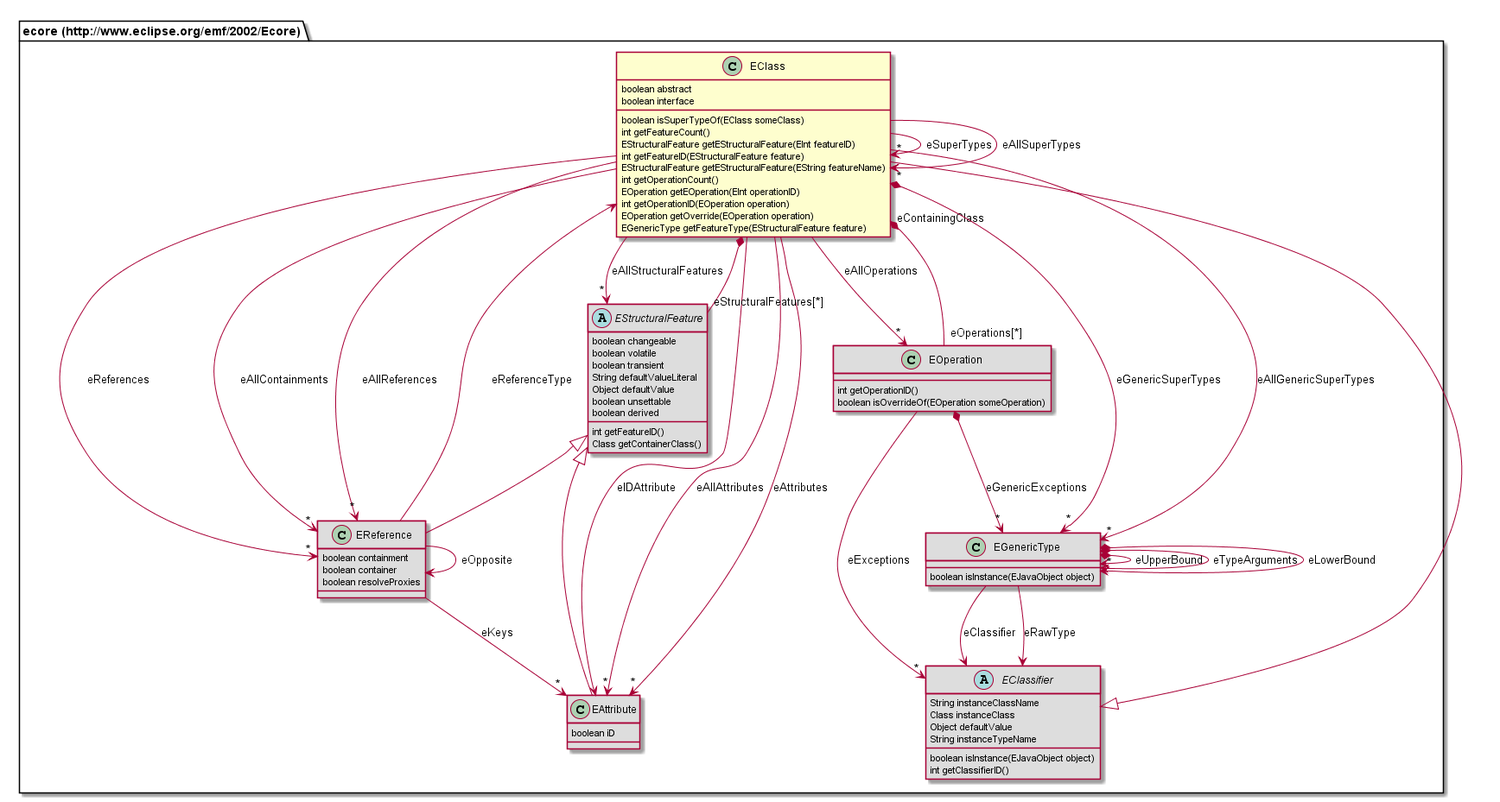
This is org.nasdanika.html.repository/src/site/resources/app-model-doc/687474703a2f2f7777772e65636c697073652e6f72672f656d662f323030322f45636f7265/EClass.png from Nasdanika/html, a PlantUML export, as it was before one commit.
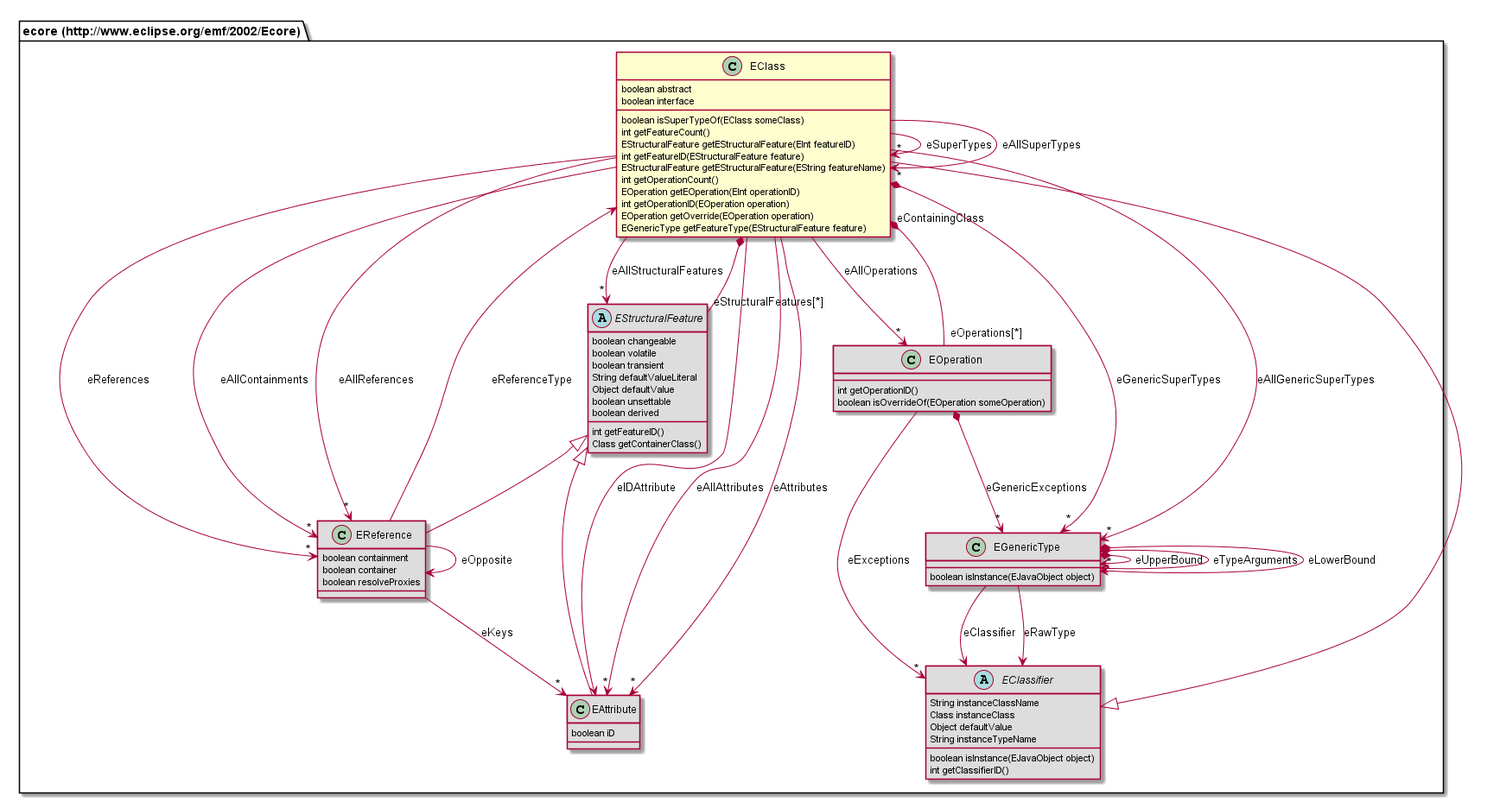
After the change.

Change to the diagram source:
```diff
@@ -22,6 +22,14 @@
 	boolean container
 	boolean resolveProxies
 }
+abstract class "ecore (http://www.eclipse.org/emf/2002/Ecore).EClassifier" [[#router/doc-content/687474703a2f2f7777772e65636c697073652e6f72672f656d662f323030322f45636f7265/EClassifier.html]] #DDDDDD {
+	String instanceClassName
+	Class instanceClass
+	Object defaultValue
+	String instanceTypeName
+	boolean isInstance(EJavaObject object)
+	int getClassifierID()
+}
 class "ecore (http://www.eclipse.org/emf/2002/Ecore).EAttribute" [[#router/doc-content/687474703a2f2f7777772e65636c697073652e6f72672f656d662f323030322f45636f7265/EAttribute.html]] #DDDDDD {
 	boolean iD
 }
@@ -39,20 +47,20 @@
 	int getFeatureID()
 	Class getContainerClass()
 }
-abstract class "ecore (http://www.eclipse.org/emf/2002/Ecore).EClassifier" [[#router/doc-content/687474703a2f2f7777772e65636c697073652e6f72672f656d662f323030322f45636f7265/EClassifier.html]] #DDDDDD {
-	String instanceClassName
-	Class instanceClass
-	Object defaultValue
-	String instanceTypeName
-	boolean isInstance(EJavaObject object)
-	int getClassifierID()
-}
-"ecore (http://www.eclipse.org/emf/2002/Ecore).EClassifier" <|-- "ecore (http://www.eclipse.org/emf/2002/Ecore).EClass"
 "ecore (http://www.eclipse.org/emf/2002/Ecore).EStructuralFeature" <|-- "ecore (http://www.eclipse.org/emf/2002/Ecore).EReference"
 "ecore (http://www.eclipse.org/emf/2002/Ecore).EStructuralFeature" <|-- "ecore (http://www.eclipse.org/emf/2002/Ecore).EAttribute"
+"ecore (http://www.eclipse.org/emf/2002/Ecore).EClassifier" <|-- "ecore (http://www.eclipse.org/emf/2002/Ecore).EClass"
 "ecore (http://www.eclipse.org/emf/2002/Ecore).EOperation" "eOperations[*]" --* "eContainingClass" "ecore (http://www.eclipse.org/emf/2002/Ecore).EClass"
 "ecore (http://www.eclipse.org/emf/2002/Ecore).EOperation" --> "*" "ecore (http://www.eclipse.org/emf/2002/Ecore).EClassifier" : eExceptions
 "ecore (http://www.eclipse.org/emf/2002/Ecore).EOperation" *--> "*" "ecore (http://www.eclipse.org/emf/2002/Ecore).EGenericType" : eGenericExceptions
+"ecore (http://www.eclipse.org/emf/2002/Ecore).EReference" --> "ecore (http://www.eclipse.org/emf/2002/Ecore).EReference" : eOpposite
+"ecore (http://www.eclipse.org/emf/2002/Ecore).EReference" --> "ecore (http://www.eclipse.org/emf/2002/Ecore).EClass" : eReferenceType
+"ecore (http://www.eclipse.org/emf/2002/Ecore).EReference" --> "*" "ecore (http://www.eclipse.org/emf/2002/Ecore).EAttribute" : eKeys
+"ecore (http://www.eclipse.org/emf/2002/Ecore).EGenericType" *--> "ecore (http://www.eclipse.org/emf/2002/Ecore).EGenericType" : eUpperBound
+"ecore (http://www.eclipse.org/emf/2002/Ecore).EGenericType" *--> "*" "ecore (http://www.eclipse.org/emf/2002/Ecore).EGenericType" : eTypeArguments
+"ecore (http://www.eclipse.org/emf/2002/Ecore).EGenericType" --> "ecore (http://www.eclipse.org/emf/2002/Ecore).EClassifier" : eRawType
+"ecore (http://www.eclipse.org/emf/2002/Ecore).EGenericType" *--> "ecore (http://www.eclipse.org/emf/2002/Ecore).EGenericType" : eLowerBound
+"ecore (http://www.eclipse.org/emf/2002/Ecore).EGenericType" --> "ecore (http://www.eclipse.org/emf/2002/Ecore).EClassifier" : eClassifier
 "ecore (http://www.eclipse.org/emf/2002/Ecore).EClass" --> "*" "ecore (http://www.eclipse.org/emf/2002/Ecore).EClass" : eSuperTypes
 "ecore (http://www.eclipse.org/emf/2002/Ecore).EClass" --> "*" "ecore (http://www.eclipse.org/emf/2002/Ecore).EAttribute" : eAllAttributes
 "ecore (http://www.eclipse.org/emf/2002/Ecore).EClass" --> "*" "ecore (http://www.eclipse.org/emf/2002/Ecore).EReference" : eAllReferences
@@ -66,12 +74,4 @@
 "ecore (http://www.eclipse.org/emf/2002/Ecore).EClass" *-- "eStructuralFeatures[*]" "ecore (http://www.eclipse.org/emf/2002/Ecore).EStructuralFeature"
 "ecore (http://www.eclipse.org/emf/2002/Ecore).EClass" *--> "*" "ecore (http://www.eclipse.org/emf/2002/Ecore).EGenericType" : eGenericSuperTypes
 "ecore (http://www.eclipse.org/emf/2002/Ecore).EClass" --> "*" "ecore (http://www.eclipse.org/emf/2002/Ecore).EGenericType" : eAllGenericSuperTypes
-"ecore (http://www.eclipse.org/emf/2002/Ecore).EReference" --> "ecore (http://www.eclipse.org/emf/2002/Ecore).EReference" : eOpposite
-"ecore (http://www.eclipse.org/emf/2002/Ecore).EReference" --> "ecore (http://www.eclipse.org/emf/2002/Ecore).EClass" : eReferenceType
-"ecore (http://www.eclipse.org/emf/2002/Ecore).EReference" --> "*" "ecore (http://www.eclipse.org/emf/2002/Ecore).EAttribute" : eKeys
-"ecore (http://www.eclipse.org/emf/2002/Ecore).EGenericType" *--> "ecore (http://www.eclipse.org/emf/2002/Ecore).EGenericType" : eUpperBound
-"ecore (http://www.eclipse.org/emf/2002/Ecore).EGenericType" *--> "*" "ecore (http://www.eclipse.org/emf/2002/Ecore).EGenericType" : eTypeArguments
-"ecore (http://www.eclipse.org/emf/2002/Ecore).EGenericType" --> "ecore (http://www.eclipse.org/emf/2002/Ecore).EClassifier" : eRawType
-"ecore (http://www.eclipse.org/emf/2002/Ecore).EGenericType" *--> "ecore (http://www.eclipse.org/emf/2002/Ecore).EGenericType" : eLowerBound
-"ecore (http://www.eclipse.org/emf/2002/Ecore).EGenericType" --> "ecore (http://www.eclipse.org/emf/2002/Ecore).EClassifier" : eClassifier
 @enduml
```
